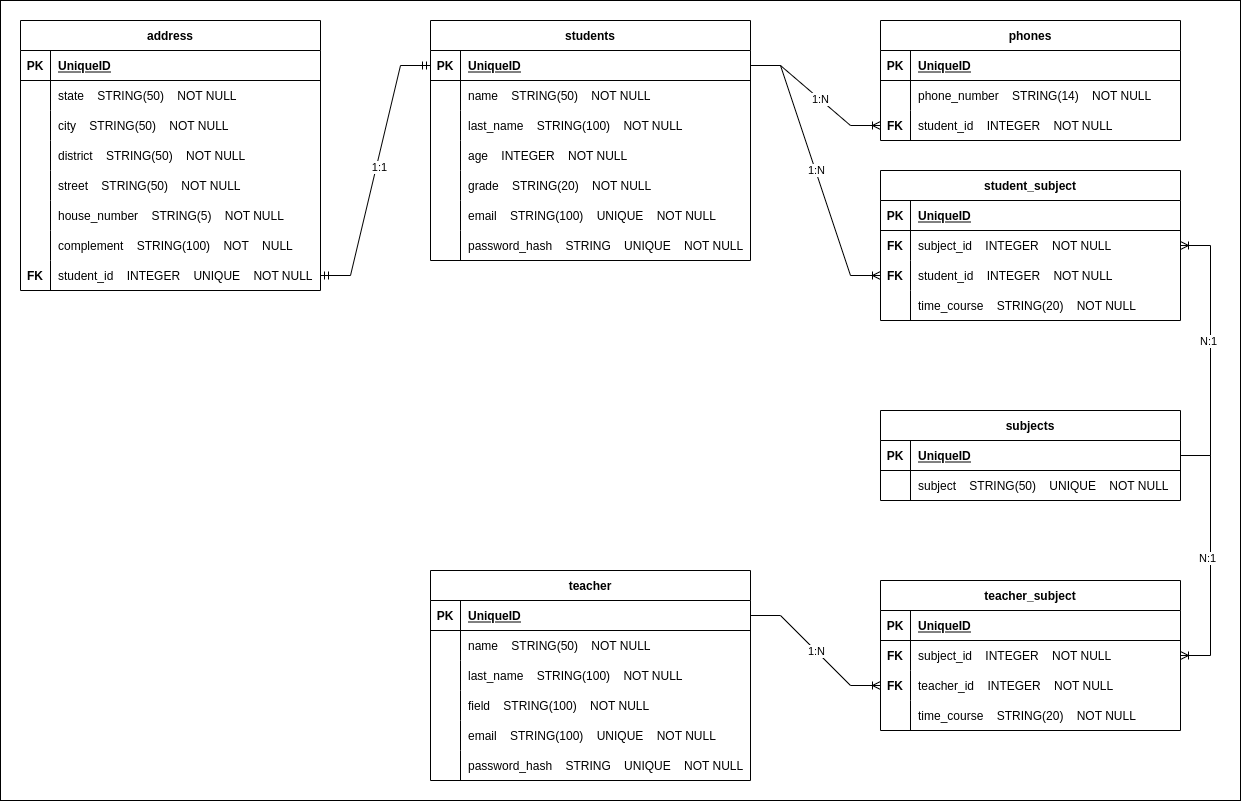
Earlier version of the draw.io export Relationship Diagram.png (gabrieldosprazeres/e-plus). Source tidied: cells renumbered, new cells last; positions are measured from the earlier drawing's top-left corner, leaving out a move shared by most shapes.
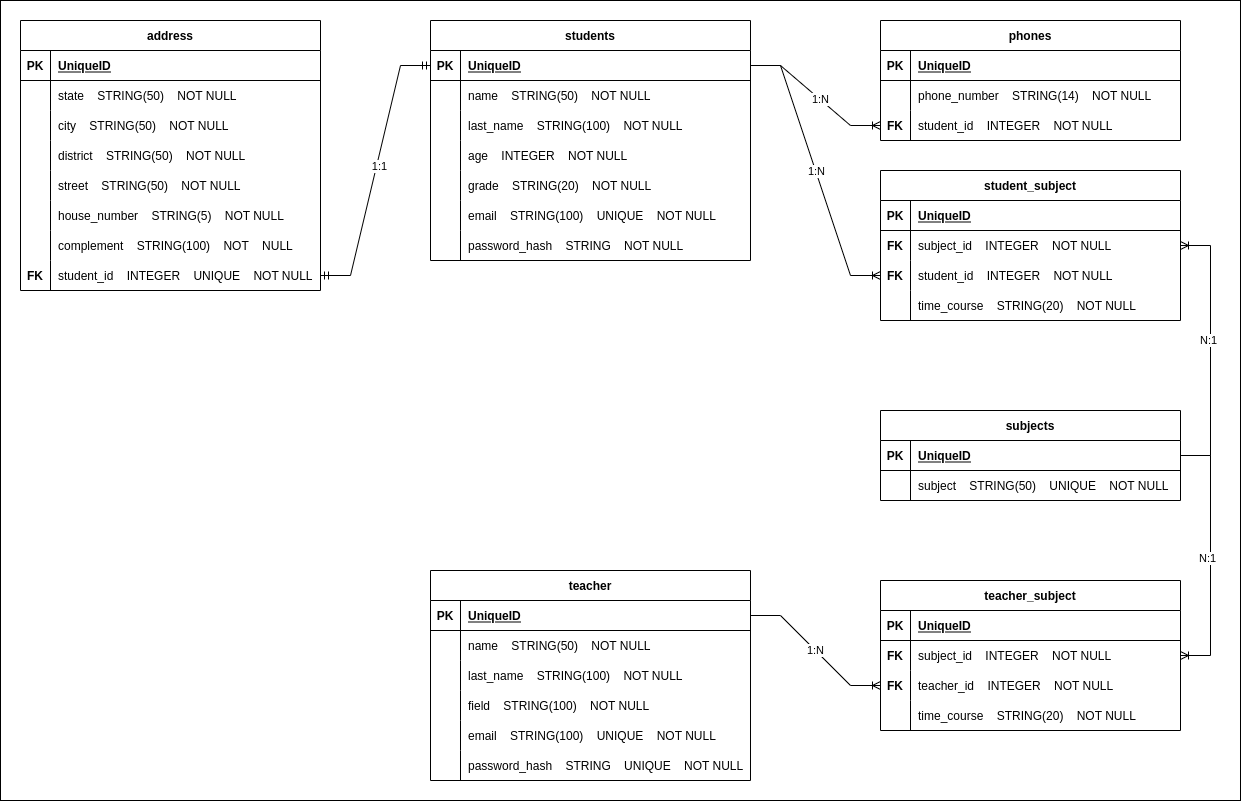
After the change.

Change to the diagram source:
```diff
@@ -68,7 +68,7 @@
     <mxCell id="23" style="shape=partialRectangle;fillColor=none;top=0;left=0;bottom=0;right=0;overflow=hidden;" parent="22" vertex="1">
       <mxGeometry width="30" height="30" as="geometry" />
     </mxCell>
-    <mxCell id="24" value="password_hash    STRING    UNIQUE    NOT NULL" style="shape=partialRectangle;fillColor=none;top=0;left=0;bottom=0;right=0;align=left;spacingLeft=6;overflow=hidden;" parent="22" vertex="1">
+    <mxCell id="24" value="password_hash    STRING    NOT NULL" style="shape=partialRectangle;fillColor=none;top=0;left=0;bottom=0;right=0;align=left;spacingLeft=6;overflow=hidden;" parent="22" vertex="1">
       <mxGeometry x="30" width="290" height="30" as="geometry" />
     </mxCell>
     <mxCell id="25" style="edgeStyle=entityRelationEdgeStyle;fontSize=12;html=1;endArrow=ERoneToMany;rounded=0;" parent="1" edge="1" source="4" target="99">
```
